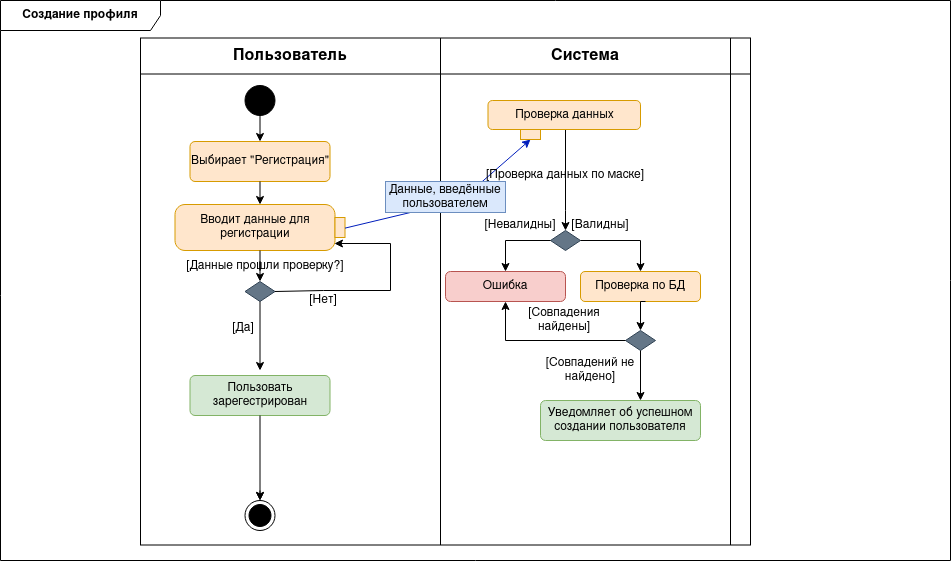
Before: activity_diagrams/Profile_Creating.drawio.png, a diagram exported from draw.io (Reem-Almasri/Freelancer-SPM). Source tidied: cells renumbered, new cells last; positions are measured from the earlier drawing's top-left corner, leaving out a move shared by most shapes.
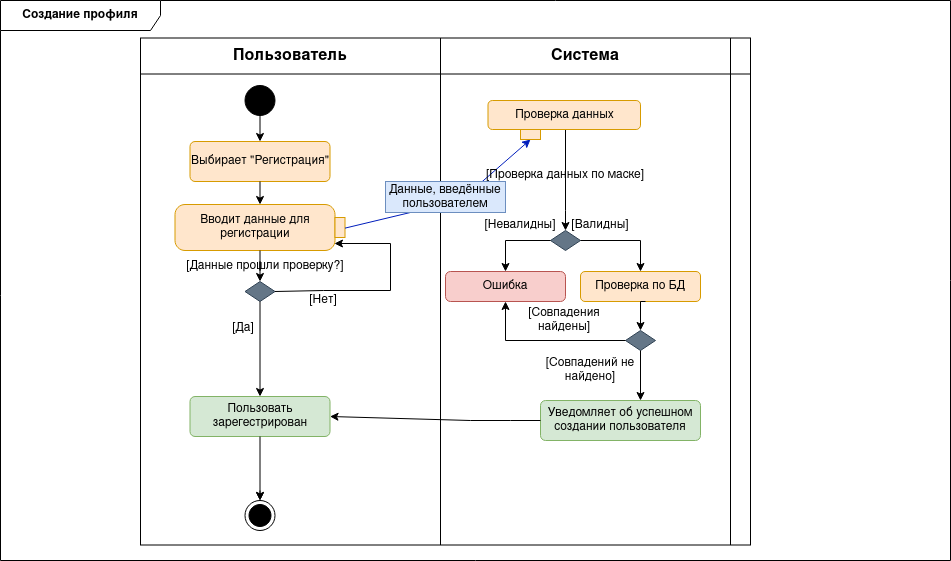
Later version of the same file.

The edit, as a diff of the source:
```diff
@@ -89,7 +89,7 @@
       <mxGeometry relative="1" as="geometry" />
     </mxCell>
     <mxCell id="25" value="Пользовать зарегестрирован" style="html=1;align=center;verticalAlign=middle;rounded=1;absoluteArcSize=1;arcSize=10;dashed=0;whiteSpace=wrap;fillColor=#d5e8d4;strokeColor=#82b366;" parent="2" vertex="1">
-      <mxGeometry x="189.5" y="375" width="140" height="40" as="geometry" />
+      <mxGeometry x="189.5" y="396" width="140" height="40" as="geometry" />
     </mxCell>
     <mxCell id="26" style="endArrow=classic;html=1;rounded=0;exitX=0.5;exitY=1;exitDx=0;exitDy=0;" parent="2" edge="1" source="25" target="13">
       <mxGeometry relative="1" as="geometry" />
@@ -123,10 +123,8 @@
     <mxCell id="35" style="rhombus;whiteSpace=wrap;html=1;fillColor=#647687;fontColor=#ffffff;strokeColor=#314354;" parent="2" vertex="1">
       <mxGeometry x="244.5" y="281" width="30" height="20" as="geometry" />
     </mxCell>
-    <mxCell id="36" style="endArrow=classic;html=1;rounded=0;exitX=0.5;exitY=1;exitDx=0;exitDy=0;" parent="2" edge="1" source="35">
-      <mxGeometry relative="1" as="geometry">
-        <mxPoint x="259.5" y="370" as="targetPoint" />
-      </mxGeometry>
+    <mxCell id="36" style="endArrow=classic;html=1;rounded=0;exitX=0.5;exitY=1;exitDx=0;exitDy=0;entryX=0.5;entryY=0;entryDx=0;entryDy=0;" parent="2" edge="1" source="35" target="25">
+      <mxGeometry relative="1" as="geometry" />
     </mxCell>
     <mxCell id="37" style="endArrow=classic;html=1;rounded=0;exitX=1;exitY=0.5;exitDx=0;exitDy=0;entryX=0.938;entryY=0.848;entryDx=0;entryDy=0;entryPerimeter=0;" parent="2" edge="1" source="35" target="14">
       <mxGeometry relative="1" as="geometry">
@@ -173,5 +171,13 @@
     <mxCell id="47" value="[Совпадений не найдено]" style="text;html=1;strokeColor=none;fillColor=none;align=center;verticalAlign=middle;whiteSpace=wrap;rounded=0;" parent="2" vertex="1">
       <mxGeometry x="540" y="360" width="100" height="20" as="geometry" />
     </mxCell>
+    <mxCell id="48" style="endArrow=classic;html=1;rounded=0;exitX=0;exitY=0.5;exitDx=0;exitDy=0;entryX=1;entryY=0.5;entryDx=0;entryDy=0;" parent="2" edge="1" source="29" target="25">
+      <mxGeometry relative="1" as="geometry">
+        <Array as="points">
+          <mxPoint x="510" y="420" />
+          <mxPoint x="470" y="420" />
+        </Array>
+      </mxGeometry>
+    </mxCell>
   </root>
 </mxGraphModel>
```
